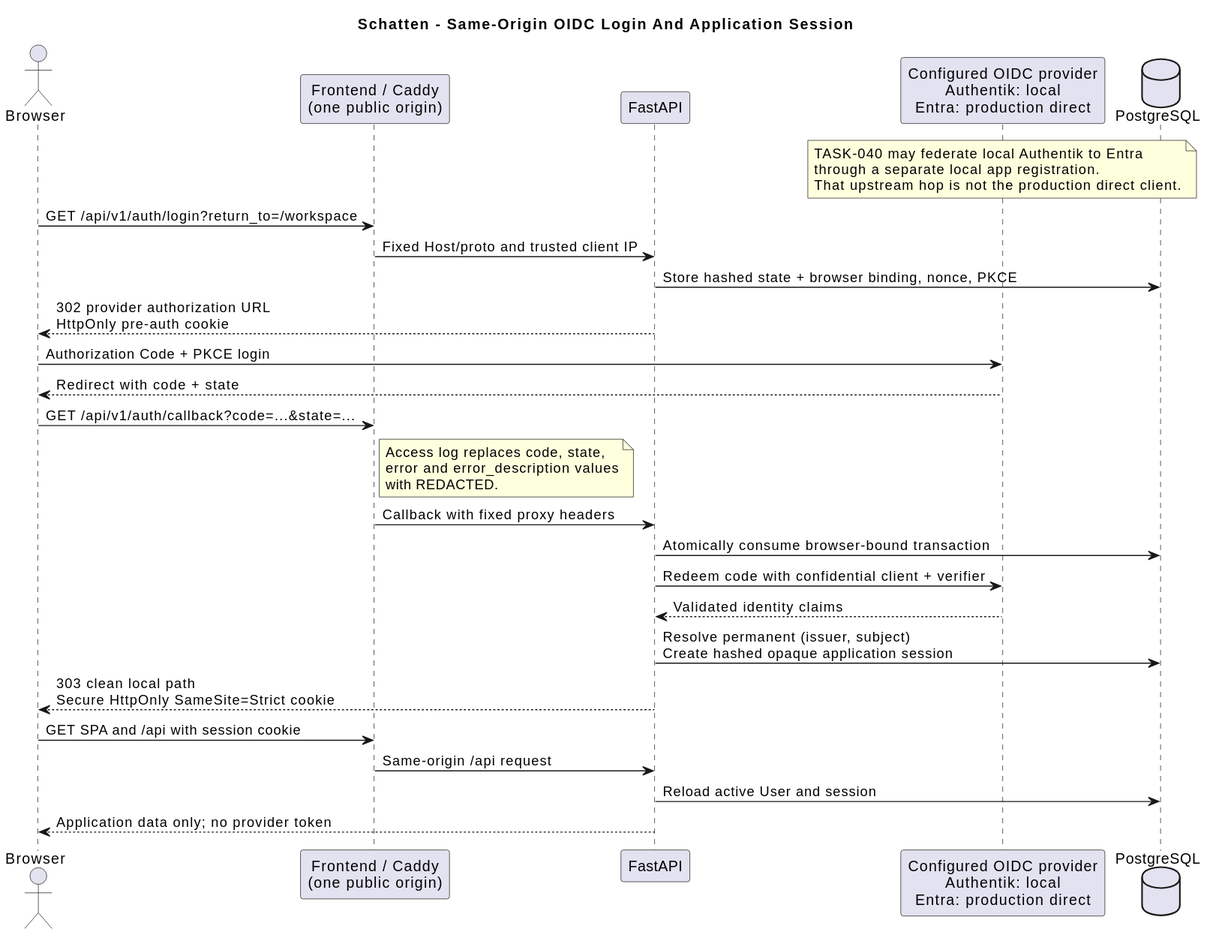
lupaus-eu/shadow keeps this PlantUML diagram as docs/diagrams/generated/sequence-oidc-login.svg. Above is the earlier version. The source it was exported from:
```plantuml
@startuml
title Schatten - Same-Origin OIDC Login And Application Session

actor Browser
participant "Frontend / Caddy\n(one public origin)" as Caddy
participant "FastAPI" as API
participant "Configured OIDC provider\nAuthentik: local\nEntra: production direct" as Provider
database PostgreSQL as DB

note over Provider
  TASK-040 may federate local Authentik to Entra
  through a separate local app registration.
  That upstream hop is not the production direct client.
end note

Browser -> Caddy : GET /api/v1/auth/login?return_to=/workspace
Caddy -> API : Fixed Host/proto and trusted client IP
API -> DB : Store hashed state + browser binding, nonce, PKCE
API --> Browser : 302 provider authorization URL\nHttpOnly pre-auth cookie
Browser -> Provider : Authorization Code + PKCE login
Provider --> Browser : Redirect with code + state
Browser -> Caddy : GET /api/v1/auth/callback?code=...&state=...
note right of Caddy
  Access log replaces code, state,
  error and error_description values
  with REDACTED.
end note
Caddy -> API : Callback with fixed proxy headers
API -> DB : Atomically consume browser-bound transaction
API -> Provider : Redeem code with confidential client + verifier
Provider --> API : Validated identity claims
API -> DB : Resolve permanent (issuer, subject)\nCreate hashed opaque application session
API --> Browser : 303 clean local path\nSecure HttpOnly SameSite=Strict cookie
Browser -> Caddy : GET SPA and /api with session cookie
Caddy -> API : Same-origin /api request
API -> DB : Reload active User and session
API --> Browser : Application data only; no provider token
@enduml
```
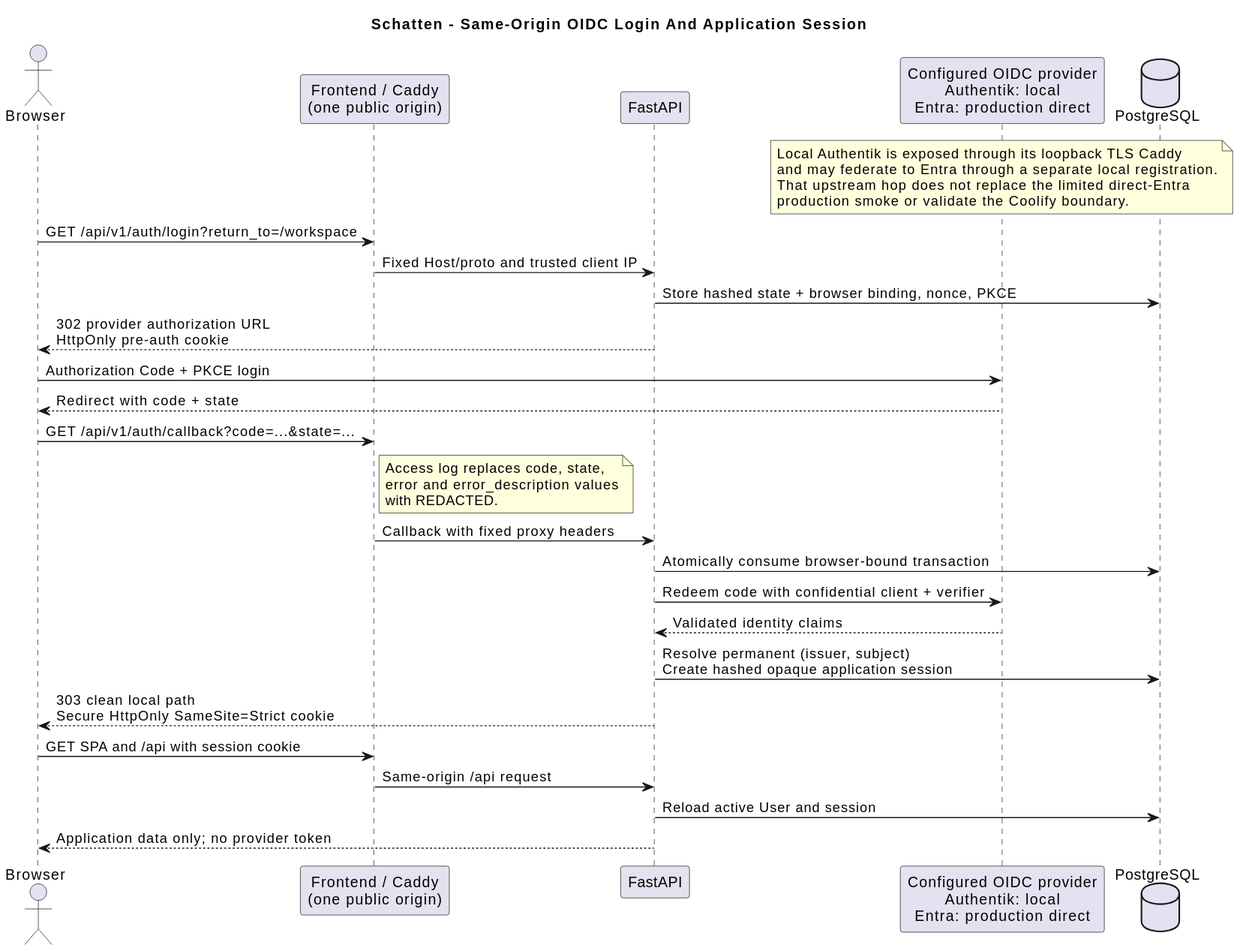
Later version of the same file.

Change to the diagram source:
```diff
@@ -8,9 +8,10 @@
 database PostgreSQL as DB
 
 note over Provider
-  TASK-040 may federate local Authentik to Entra
-  through a separate local app registration.
-  That upstream hop is not the production direct client.
+  Local Authentik is exposed through its loopback TLS Caddy
+  and may federate to Entra through a separate local registration.
+  That upstream hop does not replace the limited direct-Entra
+  production smoke or validate the Coolify boundary.
 end note
 
 Browser -> Caddy : GET /api/v1/auth/login?return_to=/workspace
```
